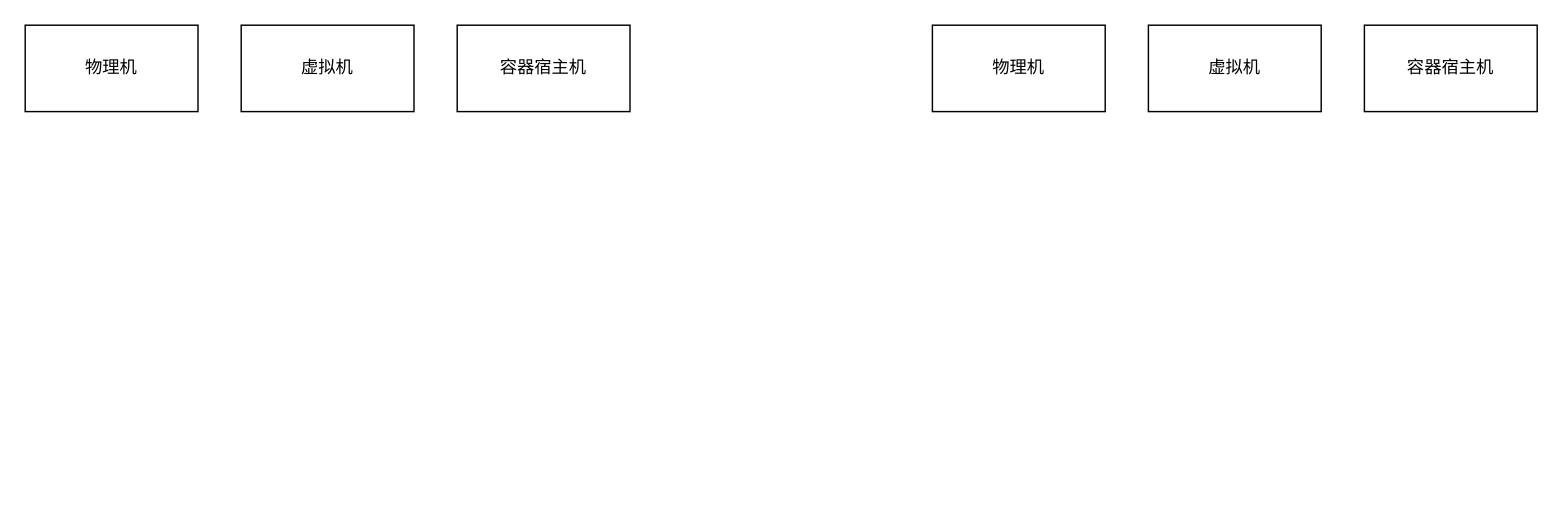
Earlier version of the draw.io diagram edr.drawio (razor/1102_decoration). Source tidied: cells renumbered, new cells numbered last; positions are measured from the earlier drawing's top-left corner, leaving out a move shared by most shapes. Both pictures are drawn from the tidied source at 144%, with x=0, y=0 at pixel (24, 24).
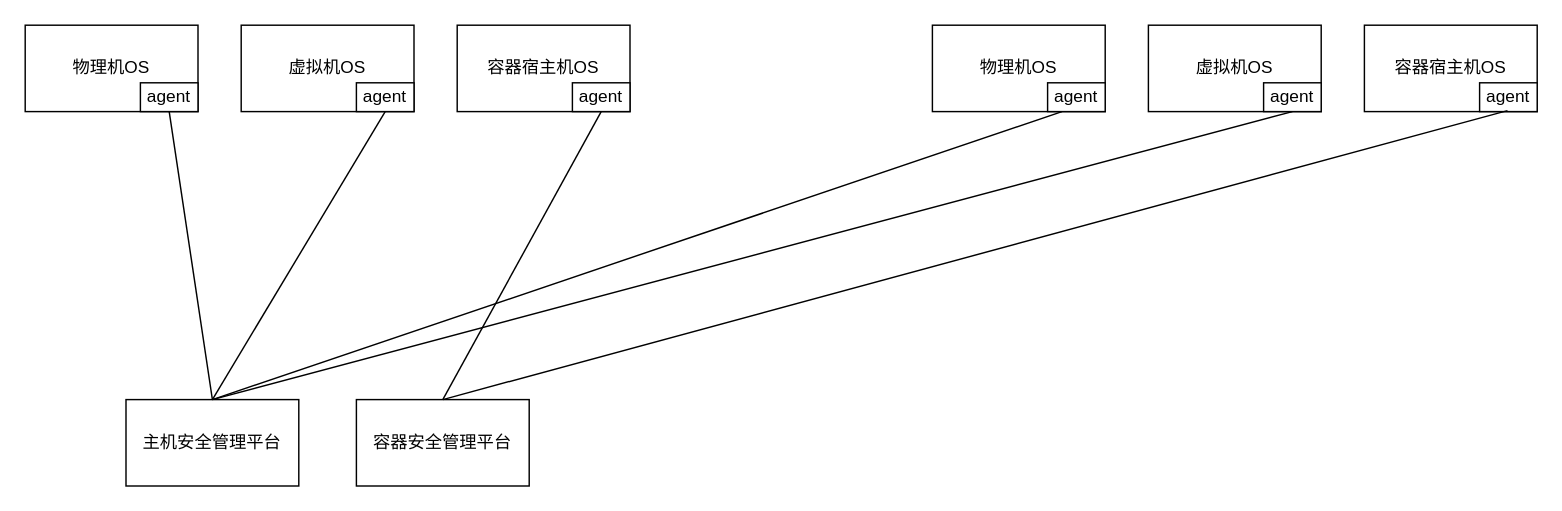
The same diagram, later.

The edit, as a diff of the source:
```diff
@@
-    <mxCell id="2" value="物理机" style="rounded=0;whiteSpace=wrap;html=1;" parent="1" vertex="1">
+    <mxCell id="2" value="物理机OS" style="rounded=0;whiteSpace=wrap;html=1;" parent="1" vertex="1">
       <mxGeometry width="120" height="60" as="geometry" />
     </mxCell>
-    <mxCell id="3" value="虚拟机" style="rounded=0;whiteSpace=wrap;html=1;" parent="1" vertex="1">
+    <mxCell id="3" value="虚拟机OS" style="rounded=0;whiteSpace=wrap;html=1;" parent="1" vertex="1">
       <mxGeometry x="150" width="120" height="60" as="geometry" />
     </mxCell>
-    <mxCell id="4" value="容器宿主机" style="rounded=0;whiteSpace=wrap;html=1;" parent="1" vertex="1">
+    <mxCell id="4" value="容器宿主机OS" style="rounded=0;whiteSpace=wrap;html=1;" parent="1" vertex="1">
       <mxGeometry x="300" width="120" height="60" as="geometry" />
     </mxCell>
-    <mxCell id="5" value="物理机" style="rounded=0;whiteSpace=wrap;html=1;" parent="1" vertex="1">
-      <mxGeometry x="630" width="120" height="60" as="geometry" />
-    </mxCell>
-    <mxCell id="6" value="虚拟机" style="rounded=0;whiteSpace=wrap;html=1;" parent="1" vertex="1">
-      <mxGeometry x="780" width="120" height="60" as="geometry" />
-    </mxCell>
-    <mxCell id="7" value="容器宿主机" style="rounded=0;whiteSpace=wrap;html=1;" parent="1" vertex="1">
-      <mxGeometry x="930" width="120" height="60" as="geometry" />
-    </mxCell>
+    <mxCell id="8" value="agent" style="rounded=0;whiteSpace=wrap;html=1;" parent="1" vertex="1">
+      <mxGeometry x="80" y="40" width="40" height="20" as="geometry" />
+    </mxCell>
+    <mxCell id="9" value="agent" style="rounded=0;whiteSpace=wrap;html=1;" parent="1" vertex="1">
+      <mxGeometry x="230" y="40" width="40" height="20" as="geometry" />
+    </mxCell>
+    <mxCell id="10" value="agent" style="rounded=0;whiteSpace=wrap;html=1;" parent="1" vertex="1">
+      <mxGeometry x="380" y="40" width="40" height="20" as="geometry" />
+    </mxCell>
+    <mxCell id="11" value="物理机OS" style="rounded=0;whiteSpace=wrap;html=1;" parent="1" vertex="1">
+      <mxGeometry x="630" width="120" height="60" as="geometry" />
+    </mxCell>
+    <mxCell id="12" value="虚拟机OS" style="rounded=0;whiteSpace=wrap;html=1;" parent="1" vertex="1">
+      <mxGeometry x="780" width="120" height="60" as="geometry" />
+    </mxCell>
+    <mxCell id="13" value="容器宿主机OS" style="rounded=0;whiteSpace=wrap;html=1;" parent="1" vertex="1">
+      <mxGeometry x="930" width="120" height="60" as="geometry" />
+    </mxCell>
+    <mxCell id="14" value="agent" style="rounded=0;whiteSpace=wrap;html=1;" parent="1" vertex="1">
+      <mxGeometry x="710" y="40" width="40" height="20" as="geometry" />
+    </mxCell>
+    <mxCell id="15" value="agent" style="rounded=0;whiteSpace=wrap;html=1;" parent="1" vertex="1">
+      <mxGeometry x="860" y="40" width="40" height="20" as="geometry" />
+    </mxCell>
+    <mxCell id="16" value="agent" style="rounded=0;whiteSpace=wrap;html=1;" parent="1" vertex="1">
+      <mxGeometry x="1010" y="40" width="40" height="20" as="geometry" />
+    </mxCell>
+    <mxCell id="17" value="主机安全管理平台" style="rounded=0;whiteSpace=wrap;html=1;" parent="1" vertex="1">
+      <mxGeometry x="70" y="260" width="120" height="60" as="geometry" />
+    </mxCell>
+    <mxCell id="18" value="容器安全管理平台" style="rounded=0;whiteSpace=wrap;html=1;" parent="1" vertex="1">
+      <mxGeometry x="230" y="260" width="120" height="60" as="geometry" />
+    </mxCell>
+    <mxCell id="19" style="endArrow=none;html=1;rounded=0;entryX=0.5;entryY=1;entryDx=0;entryDy=0;exitX=0.5;exitY=0;exitDx=0;exitDy=0;" parent="1" edge="1" source="17" target="8">
+      <mxGeometry relative="1" as="geometry" />
+    </mxCell>
+    <mxCell id="20" style="endArrow=none;html=1;rounded=0;entryX=0.5;entryY=1;entryDx=0;entryDy=0;exitX=0.5;exitY=0;exitDx=0;exitDy=0;" parent="1" edge="1" source="17" target="9">
+      <mxGeometry relative="1" as="geometry" />
+    </mxCell>
+    <mxCell id="21" style="endArrow=none;html=1;rounded=0;entryX=0.25;entryY=1;entryDx=0;entryDy=0;exitX=0.5;exitY=0;exitDx=0;exitDy=0;" parent="1" edge="1" source="17" target="14">
+      <mxGeometry relative="1" as="geometry" />
+    </mxCell>
+    <mxCell id="22" style="endArrow=none;html=1;rounded=0;entryX=0.5;entryY=1;entryDx=0;entryDy=0;exitX=0.5;exitY=0;exitDx=0;exitDy=0;" parent="1" edge="1" source="17" target="15">
+      <mxGeometry relative="1" as="geometry" />
+    </mxCell>
+    <mxCell id="23" style="endArrow=none;html=1;rounded=0;entryX=0.5;entryY=1;entryDx=0;entryDy=0;exitX=0.5;exitY=0;exitDx=0;exitDy=0;" parent="1" edge="1" source="18" target="10">
+      <mxGeometry relative="1" as="geometry" />
+    </mxCell>
+    <mxCell id="24" style="endArrow=none;html=1;rounded=0;entryX=0.828;entryY=0.989;entryDx=0;entryDy=0;exitX=0.5;exitY=0;exitDx=0;exitDy=0;entryPerimeter=0;" parent="1" edge="1" source="18" target="13">
+      <mxGeometry relative="1" as="geometry" />
+    </mxCell>
```
